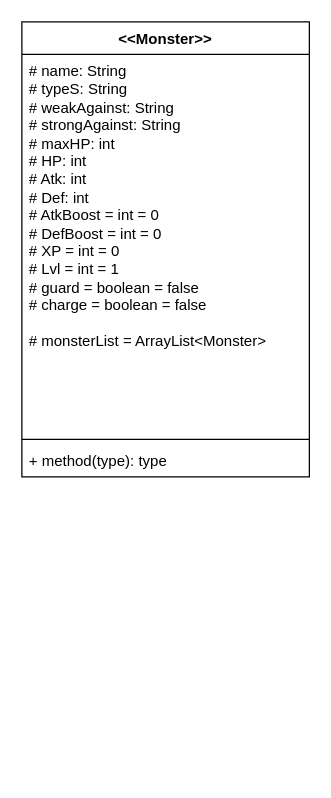
Earlier version of the draw.io diagram Untitled Diagram.drawio (cydjairo/cs4sy2324). Source tidied: cells renumbered, new cells numbered last; positions are measured from the earlier drawing's top-left corner, leaving out a move shared by most shapes. Both pictures are drawn from the tidied source at 125%, with x=0, y=0 at pixel (21, 21).
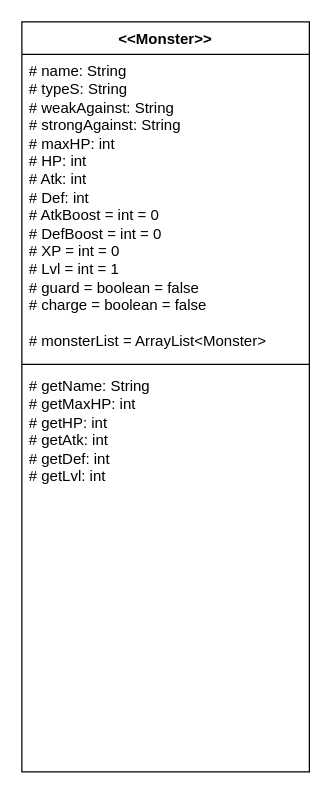
Above is the later version.

Change to the diagram source:
```diff
@@
 <mxGraphModel>
   <root>
     <mxCell id="0" />
     <mxCell id="1" parent="0" />
     <mxCell id="2" value="&amp;lt;&amp;lt;Monster&amp;gt;&amp;gt;" style="swimlane;fontStyle=1;align=center;verticalAlign=top;horizontal=1;startSize=26;whiteSpace=wrap;html=1;" parent="1" vertex="1">
-      <mxGeometry width="230" height="364" as="geometry" />
+      <mxGeometry width="230" height="600" as="geometry" />
     </mxCell>
     <mxCell id="3" value="# name: String&lt;br&gt;# typeS: String&lt;br&gt;# weakAgainst: String&lt;br&gt;# strongAgainst: String&lt;br&gt;# maxHP: int&lt;br&gt;# HP: int&lt;br&gt;# Atk: int&lt;br&gt;# Def: int&lt;br&gt;# AtkBoost = int = 0&lt;br&gt;# DefBoost = int = 0&lt;br&gt;# XP = int = 0&lt;br&gt;# Lvl = int = 1&lt;br&gt;# guard = boolean = false&lt;br&gt;# charge = boolean = false&lt;br&gt;&lt;br&gt;# monsterList = ArrayList&amp;lt;Monster&amp;gt;" style="text;strokeColor=none;fillColor=none;align=left;verticalAlign=top;spacingLeft=4;spacingRight=4;overflow=hidden;whiteSpace=wrap;html=1;" parent="2" vertex="1">
-      <mxGeometry y="26" width="230" height="304" as="geometry" />
+      <mxGeometry y="26" width="230" height="244" as="geometry" />
     </mxCell>
     <mxCell id="4" style="line;strokeWidth=1;fillColor=none;align=left;verticalAlign=middle;spacingTop=-1;spacingLeft=3;spacingRight=3;labelPosition=right;strokeColor=inherit;" parent="2" vertex="1">
-      <mxGeometry y="330" width="230" height="8" as="geometry" />
+      <mxGeometry y="270" width="230" height="8" as="geometry" />
     </mxCell>
-    <mxCell id="5" value="+ method(type): type" style="text;strokeColor=none;fillColor=none;align=left;verticalAlign=top;spacingLeft=4;spacingRight=4;overflow=hidden;whiteSpace=wrap;html=1;" parent="2" vertex="1">
-      <mxGeometry y="338" width="230" height="26" as="geometry" />
+    <mxCell id="5" value="# getName: String&lt;br&gt;# getMaxHP: int&lt;br&gt;# getHP: int&lt;br&gt;# getAtk: int&lt;br&gt;# getDef: int&lt;br&gt;# getLvl: int" style="text;strokeColor=none;fillColor=none;align=left;verticalAlign=top;spacingLeft=4;spacingRight=4;overflow=hidden;whiteSpace=wrap;html=1;" parent="2" vertex="1">
+      <mxGeometry y="278" width="230" height="322" as="geometry" />
     </mxCell>
   </root>
 </mxGraphModel>
```
